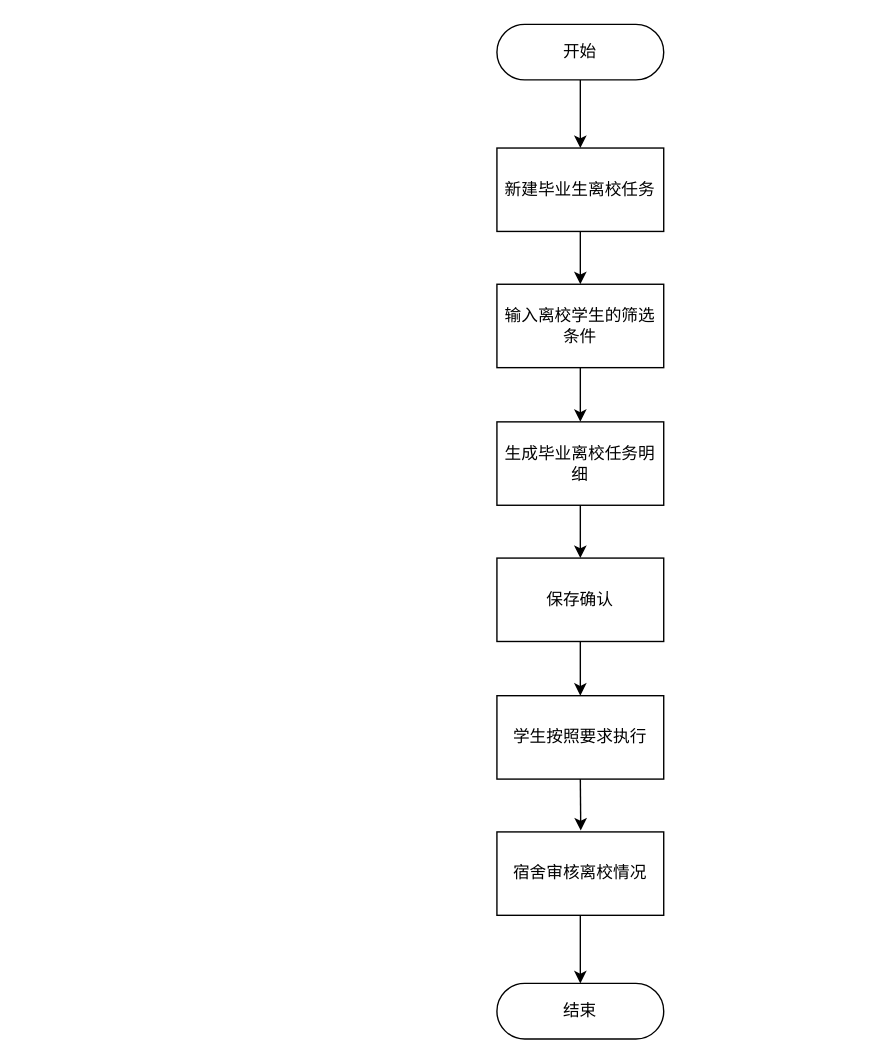
Qiksy/drawio keeps this draw.io diagram as 毕业生离校.drawio. Above is the earlier version. Source tidied: cells renumbered, new cells numbered last; positions are measured from the earlier drawing's top-left corner, leaving out a move shared by most shapes. Both pictures are drawn from the tidied source at 139%, with x=0, y=0 at pixel (496, 24).
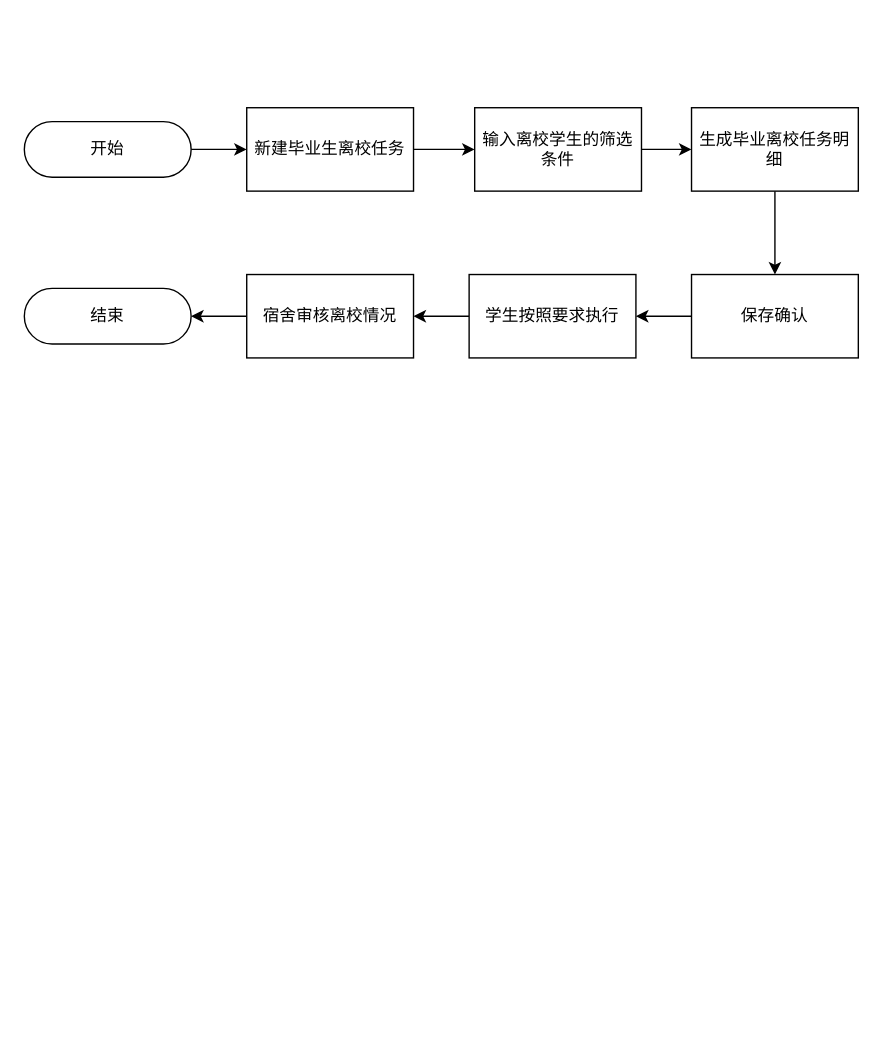
Above is the later version.

Commit message:
更新毕业生离校.drawio

The edit, as a diff of the source:
```diff
@@
 <mxGraphModel>
   <root>
     <mxCell id="0" />
     <mxCell id="1" parent="0" />
-    <mxCell id="2" style="edgeStyle=orthogonalEdgeStyle;rounded=0;jettySize=auto;html=1;exitX=0.5;exitY=1;exitDx=0;exitDy=0;entryX=0.5;entryY=0;entryDx=0;entryDy=0;" parent="1" edge="1" source="3" target="5">
+    <mxCell id="2" style="edgeStyle=orthogonalEdgeStyle;rounded=0;jettySize=auto;html=1;" parent="1" edge="1" source="3" target="5">
       <mxGeometry relative="1" as="geometry" />
     </mxCell>
     <mxCell id="3" value="开始" style="rounded=1;whiteSpace=wrap;html=1;arcSize=50;" parent="1" vertex="1">
-      <mxGeometry width="120" height="40" as="geometry" />
+      <mxGeometry x="-340" y="70" width="120" height="40" as="geometry" />
     </mxCell>
-    <mxCell id="4" style="edgeStyle=orthogonalEdgeStyle;rounded=0;jettySize=auto;html=1;exitX=0.5;exitY=1;exitDx=0;exitDy=0;entryX=0.5;entryY=0;entryDx=0;entryDy=0;" parent="1" edge="1" source="5" target="7">
+    <mxCell id="4" style="edgeStyle=orthogonalEdgeStyle;rounded=0;jettySize=auto;html=1;" parent="1" edge="1" source="5" target="7">
       <mxGeometry relative="1" as="geometry" />
     </mxCell>
     <mxCell id="5" value="新建毕业生离校任务" style="rounded=0;whiteSpace=wrap;html=1;" parent="1" vertex="1">
-      <mxGeometry y="89" width="120" height="60" as="geometry" />
+      <mxGeometry x="-180" y="60" width="120" height="60" as="geometry" />
     </mxCell>
-    <mxCell id="6" style="edgeStyle=orthogonalEdgeStyle;rounded=0;jettySize=auto;html=1;entryX=0.5;entryY=0;entryDx=0;entryDy=0;" parent="1" edge="1" source="7" target="9">
+    <mxCell id="6" style="edgeStyle=orthogonalEdgeStyle;rounded=0;jettySize=auto;html=1;" parent="1" edge="1" source="7" target="9">
       <mxGeometry relative="1" as="geometry" />
     </mxCell>
     <mxCell id="7" value="输入离校学生的筛选条件" style="rounded=0;whiteSpace=wrap;html=1;" parent="1" vertex="1">
-      <mxGeometry y="187" width="120" height="60" as="geometry" />
+      <mxGeometry x="-16" y="60" width="120" height="60" as="geometry" />
     </mxCell>
-    <mxCell id="8" style="edgeStyle=orthogonalEdgeStyle;rounded=0;jettySize=auto;html=1;entryX=0.5;entryY=0;entryDx=0;entryDy=0;" parent="1" edge="1" source="9" target="11">
+    <mxCell id="8" style="edgeStyle=orthogonalEdgeStyle;rounded=0;jettySize=auto;html=1;" parent="1" edge="1" source="9" target="11">
       <mxGeometry relative="1" as="geometry" />
     </mxCell>
     <mxCell id="9" value="生成毕业离校任务明细" style="rounded=0;whiteSpace=wrap;html=1;" parent="1" vertex="1">
-      <mxGeometry y="286" width="120" height="60" as="geometry" />
+      <mxGeometry x="140" y="60" width="120" height="60" as="geometry" />
     </mxCell>
     <mxCell id="10" style="edgeStyle=orthogonalEdgeStyle;rounded=0;jettySize=auto;html=1;" parent="1" edge="1" source="11" target="13">
       <mxGeometry relative="1" as="geometry" />
     </mxCell>
     <mxCell id="11" value="保存确认" style="rounded=0;whiteSpace=wrap;html=1;" parent="1" vertex="1">
-      <mxGeometry y="384" width="120" height="60" as="geometry" />
+      <mxGeometry x="140" y="180" width="120" height="60" as="geometry" />
     </mxCell>
-    <mxCell id="12" style="edgeStyle=orthogonalEdgeStyle;rounded=0;jettySize=auto;html=1;exitX=0.5;exitY=1;exitDx=0;exitDy=0;" parent="1" edge="1" source="13">
-      <mxGeometry relative="1" as="geometry">
-        <mxPoint x="60.3" y="580" as="targetPoint" />
-      </mxGeometry>
-    </mxCell>
+    <mxCell id="17" style="edgeStyle=orthogonalEdgeStyle;rounded=0;jettySize=auto;html=1;" parent="1" edge="1" source="13" target="15">
+      <mxGeometry relative="1" as="geometry" />
+    </mxCell>
     <mxCell id="13" value="学生按照要求执行" style="rounded=0;whiteSpace=wrap;html=1;" parent="1" vertex="1">
-      <mxGeometry y="483" width="120" height="60" as="geometry" />
+      <mxGeometry x="-20" y="180" width="120" height="60" as="geometry" />
     </mxCell>
-    <mxCell id="14" style="edgeStyle=orthogonalEdgeStyle;rounded=0;jettySize=auto;html=1;entryX=0.5;entryY=0;entryDx=0;entryDy=0;" parent="1" edge="1" source="15" target="16">
+    <mxCell id="14" style="edgeStyle=orthogonalEdgeStyle;rounded=0;jettySize=auto;html=1;" parent="1" edge="1" source="15" target="16">
       <mxGeometry relative="1" as="geometry" />
     </mxCell>
     <mxCell id="15" value="宿舍审核离校情况" style="rounded=0;whiteSpace=wrap;html=1;" parent="1" vertex="1">
-      <mxGeometry y="581" width="120" height="60" as="geometry" />
+      <mxGeometry x="-180" y="180" width="120" height="60" as="geometry" />
     </mxCell>
     <mxCell id="16" value="结束" style="rounded=1;whiteSpace=wrap;html=1;arcSize=50;" parent="1" vertex="1">
-      <mxGeometry y="690" width="120" height="40" as="geometry" />
+      <mxGeometry x="-340" y="190" width="120" height="40" as="geometry" />
     </mxCell>
   </root>
 </mxGraphModel>
```
